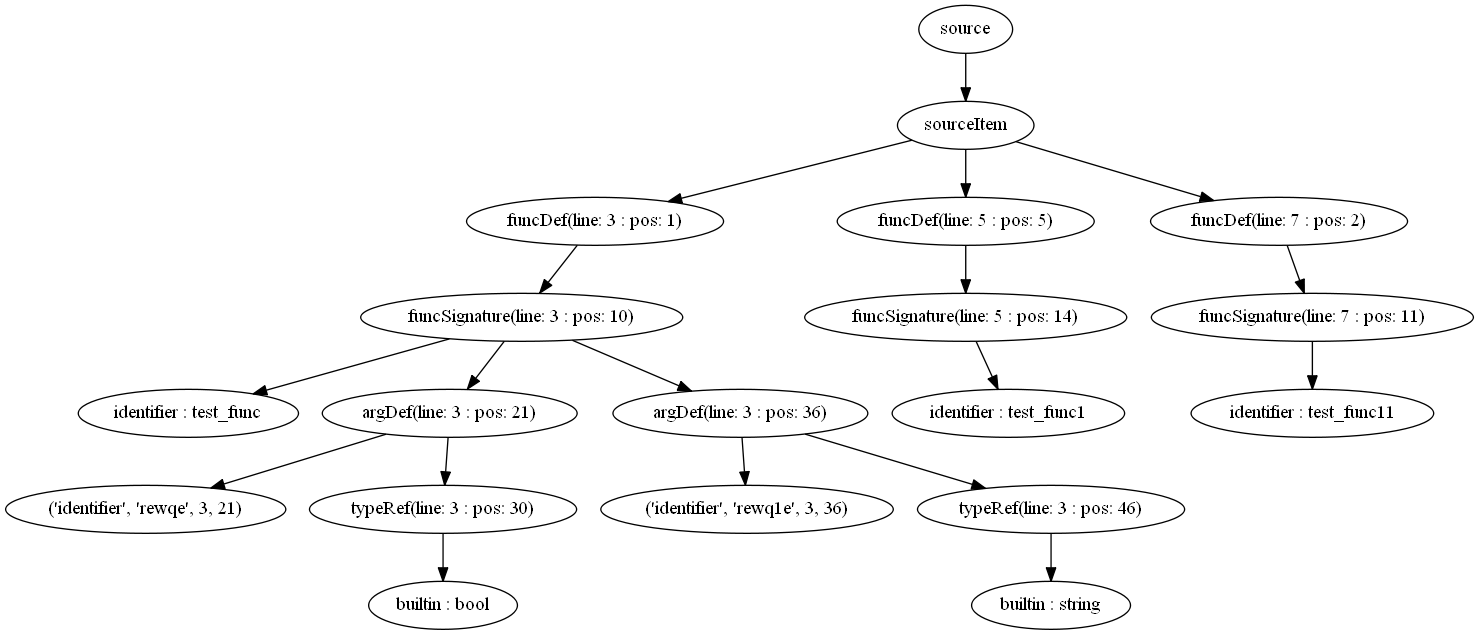
MorozovSD/ProgrammModelVerification keeps this Graphviz diagram as src/tree.png. Above is the earlier version. Its source is kept beside it as src/tree.dot. Its diagram source:
```dot
digraph tree {
    "source";
    "sourceItem";
    "funcDef(line: 3 : pos: 1)";
    "funcSignature(line: 3 : pos: 10)";
    "identifier : test_func";
    "argDef(line: 3 : pos: 21)";
    "('identifier', 'rewqe', 3, 21)";
    "typeRef(line: 3 : pos: 30)";
    "builtin : bool";
    "argDef(line: 3 : pos: 36)";
    "('identifier', 'rewq1e', 3, 36)";
    "typeRef(line: 3 : pos: 46)";
    "builtin : string";
    "funcDef(line: 5 : pos: 5)";
    "funcSignature(line: 5 : pos: 14)";
    "identifier : test_func1";
    "funcDef(line: 7 : pos: 2)";
    "funcSignature(line: 7 : pos: 11)";
    "identifier : test_func11";
    "source" -> "sourceItem";
    "sourceItem" -> "funcDef(line: 3 : pos: 1)";
    "sourceItem" -> "funcDef(line: 5 : pos: 5)";
    "sourceItem" -> "funcDef(line: 7 : pos: 2)";
    "funcDef(line: 3 : pos: 1)" -> "funcSignature(line: 3 : pos: 10)";
    "funcSignature(line: 3 : pos: 10)" -> "identifier : test_func";
    "funcSignature(line: 3 : pos: 10)" -> "argDef(line: 3 : pos: 21)";
    "funcSignature(line: 3 : pos: 10)" -> "argDef(line: 3 : pos: 36)";
    "argDef(line: 3 : pos: 21)" -> "('identifier', 'rewqe', 3, 21)";
    "argDef(line: 3 : pos: 21)" -> "typeRef(line: 3 : pos: 30)";
    "typeRef(line: 3 : pos: 30)" -> "builtin : bool";
    "argDef(line: 3 : pos: 36)" -> "('identifier', 'rewq1e', 3, 36)";
    "argDef(line: 3 : pos: 36)" -> "typeRef(line: 3 : pos: 46)";
    "typeRef(line: 3 : pos: 46)" -> "builtin : string";
    "funcDef(line: 5 : pos: 5)" -> "funcSignature(line: 5 : pos: 14)";
    "funcSignature(line: 5 : pos: 14)" -> "identifier : test_func1";
    "funcDef(line: 7 : pos: 2)" -> "funcSignature(line: 7 : pos: 11)";
    "funcSignature(line: 7 : pos: 11)" -> "identifier : test_func11";
}
```
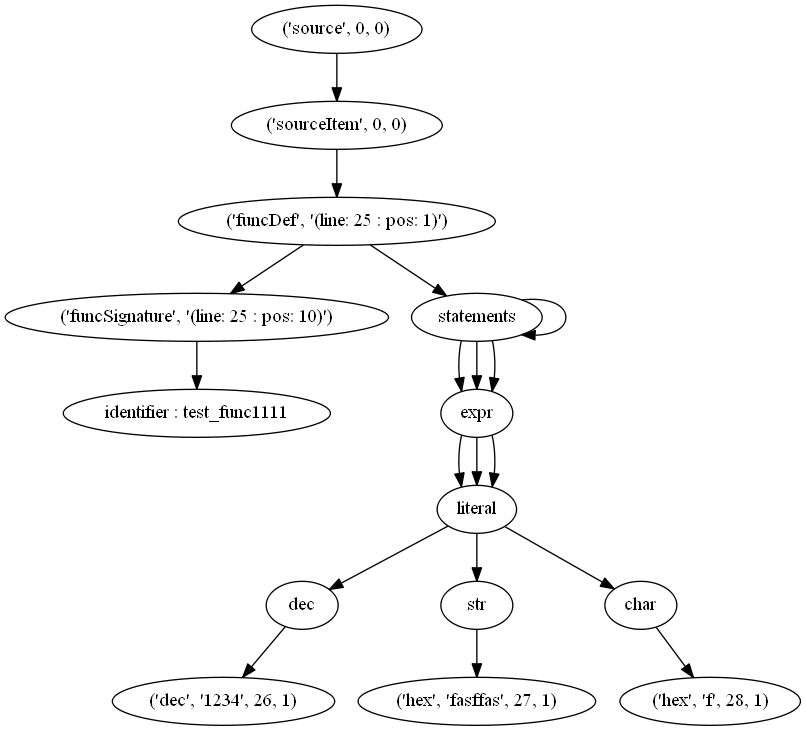
After the change.

Commit message:
Lab-1 complete tree structure in parser

The edit, as a diff of the source:
```diff
@@ -1,39 +1,39 @@
 digraph tree {
-    "source";
-    "sourceItem";
-    "funcDef(line: 3 : pos: 1)";
-    "funcSignature(line: 3 : pos: 10)";
-    "identifier : test_func";
-    "argDef(line: 3 : pos: 21)";
-    "('identifier', 'rewqe', 3, 21)";
-    "typeRef(line: 3 : pos: 30)";
-    "builtin : bool";
-    "argDef(line: 3 : pos: 36)";
-    "('identifier', 'rewq1e', 3, 36)";
-    "typeRef(line: 3 : pos: 46)";
-    "builtin : string";
-    "funcDef(line: 5 : pos: 5)";
-    "funcSignature(line: 5 : pos: 14)";
-    "identifier : test_func1";
-    "funcDef(line: 7 : pos: 2)";
-    "funcSignature(line: 7 : pos: 11)";
-    "identifier : test_func11";
-    "source" -> "sourceItem";
-    "sourceItem" -> "funcDef(line: 3 : pos: 1)";
-    "sourceItem" -> "funcDef(line: 5 : pos: 5)";
-    "sourceItem" -> "funcDef(line: 7 : pos: 2)";
-    "funcDef(line: 3 : pos: 1)" -> "funcSignature(line: 3 : pos: 10)";
-    "funcSignature(line: 3 : pos: 10)" -> "identifier : test_func";
-    "funcSignature(line: 3 : pos: 10)" -> "argDef(line: 3 : pos: 21)";
-    "funcSignature(line: 3 : pos: 10)" -> "argDef(line: 3 : pos: 36)";
-    "argDef(line: 3 : pos: 21)" -> "('identifier', 'rewqe', 3, 21)";
-    "argDef(line: 3 : pos: 21)" -> "typeRef(line: 3 : pos: 30)";
-    "typeRef(line: 3 : pos: 30)" -> "builtin : bool";
-    "argDef(line: 3 : pos: 36)" -> "('identifier', 'rewq1e', 3, 36)";
-    "argDef(line: 3 : pos: 36)" -> "typeRef(line: 3 : pos: 46)";
-    "typeRef(line: 3 : pos: 46)" -> "builtin : string";
-    "funcDef(line: 5 : pos: 5)" -> "funcSignature(line: 5 : pos: 14)";
-    "funcSignature(line: 5 : pos: 14)" -> "identifier : test_func1";
-    "funcDef(line: 7 : pos: 2)" -> "funcSignature(line: 7 : pos: 11)";
-    "funcSignature(line: 7 : pos: 11)" -> "identifier : test_func11";
+    "('source', 0, 0)";
+    "('sourceItem', 0, 0)";
+    "('funcDef', '(line: 25 : pos: 1)')";
+    "('funcSignature', '(line: 25 : pos: 10)')";
+    "identifier : test_func1111";
+    "statements";
+    "statements";
+    "expr";
+    "literal";
+    "dec";
+    "('dec', '1234', 26, 1)";
+    "expr";
+    "literal";
+    "str";
+    "('hex', 'fasffas', 27, 1)";
+    "expr";
+    "literal";
+    "char";
+    "('hex', 'f', 28, 1)";
+    "('source', 0, 0)" -> "('sourceItem', 0, 0)";
+    "('sourceItem', 0, 0)" -> "('funcDef', '(line: 25 : pos: 1)')";
+    "('funcDef', '(line: 25 : pos: 1)')" -> "('funcSignature', '(line: 25 : pos: 10)')";
+    "('funcDef', '(line: 25 : pos: 1)')" -> "statements";
+    "('funcSignature', '(line: 25 : pos: 10)')" -> "identifier : test_func1111";
+    "statements" -> "statements";
+    "statements" -> "expr";
+    "statements" -> "expr";
+    "statements" -> "expr";
+    "expr" -> "literal";
+    "literal" -> "dec";
+    "dec" -> "('dec', '1234', 26, 1)";
+    "expr" -> "literal";
+    "literal" -> "str";
+    "str" -> "('hex', 'fasffas', 27, 1)";
+    "expr" -> "literal";
+    "literal" -> "char";
+    "char" -> "('hex', 'f', 28, 1)";
 }
```
